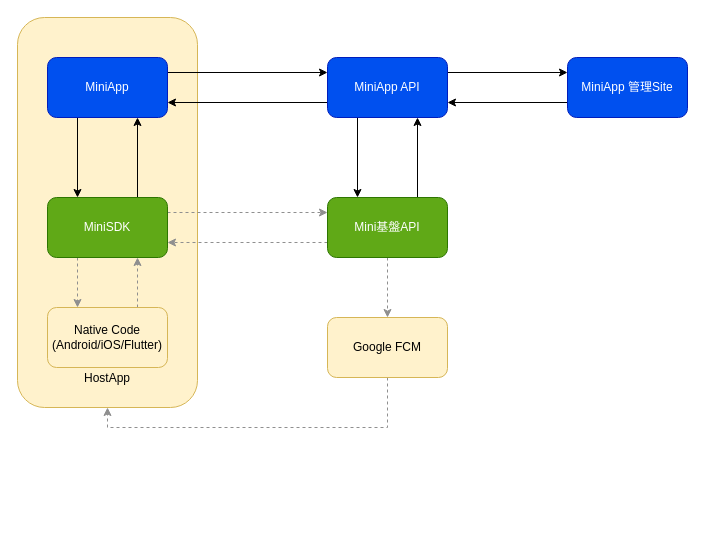
The draw.io diagram MiniApp介绍.drawio in maosong-ar-vr/documents, before the edit. Source tidied: cells renumbered, new cells numbered last; positions are measured from the earlier drawing's top-left corner, leaving out a move shared by most shapes. Both pictures are drawn from the tidied source at 100%, with x=0, y=0 at pixel (17, 17).
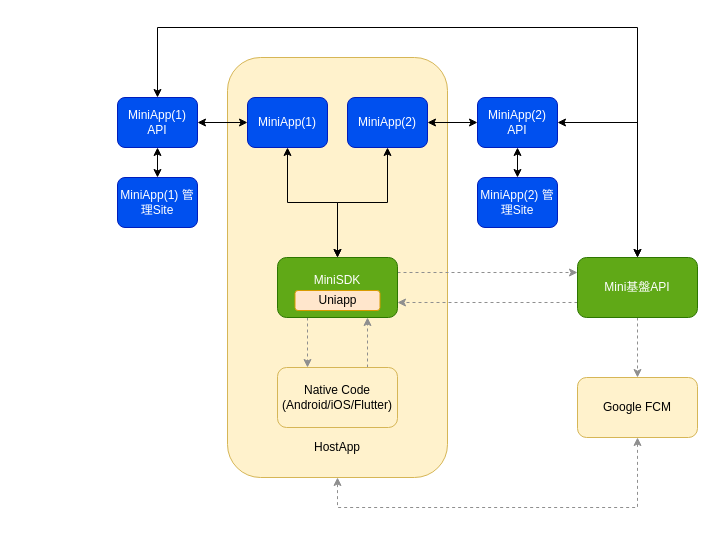
The same page after the edit.

The edit, as a diff of the source:
```diff
@@
-    <mxCell id="2" value="&lt;br&gt;&lt;br&gt;&lt;br&gt;&lt;br&gt;&lt;br&gt;&lt;br&gt;&lt;br&gt;&lt;br&gt;&lt;br&gt;&lt;br&gt;&lt;br&gt;&lt;br&gt;&lt;br&gt;&lt;br&gt;&lt;br&gt;&lt;br&gt;&lt;br&gt;&lt;br&gt;&lt;br&gt;&lt;br&gt;&lt;br&gt;&lt;br&gt;&lt;br&gt;HostApp" style="rounded=1;whiteSpace=wrap;html=1;fillColor=#fff2cc;strokeColor=#d6b656;" parent="1" vertex="1">
-      <mxGeometry width="180" height="390" as="geometry" />
+    <mxCell id="2" value="&lt;br&gt;&lt;br&gt;&lt;br&gt;&lt;br&gt;&lt;br&gt;&lt;br&gt;&lt;br&gt;&lt;br&gt;&lt;br&gt;&lt;br&gt;&lt;br&gt;&lt;br&gt;&lt;br&gt;&lt;br&gt;&lt;br&gt;&lt;br&gt;&lt;br&gt;&lt;br&gt;&lt;br&gt;&lt;br&gt;&lt;br&gt;&lt;br&gt;&lt;br&gt;&lt;br&gt;&lt;br&gt;HostApp" style="rounded=1;whiteSpace=wrap;html=1;fillColor=#fff2cc;strokeColor=#d6b656;" parent="1" vertex="1">
+      <mxGeometry x="210" y="40" width="220" height="420" as="geometry" />
     </mxCell>
-    <mxCell id="3" style="edgeStyle=orthogonalEdgeStyle;rounded=0;jettySize=auto;html=1;exitX=0.25;exitY=1;exitDx=0;exitDy=0;entryX=0.25;entryY=0;entryDx=0;entryDy=0;" parent="1" edge="1" source="5" target="9">
+    <mxCell id="3" style="edgeStyle=orthogonalEdgeStyle;rounded=0;jettySize=auto;html=1;startArrow=classic;startFill=1;strokeColor=#000000;" parent="1" edge="1" source="5" target="9">
       <mxGeometry relative="1" as="geometry" />
     </mxCell>
-    <mxCell id="4" style="edgeStyle=orthogonalEdgeStyle;rounded=0;jettySize=auto;html=1;exitX=1;exitY=0.25;exitDx=0;exitDy=0;entryX=0;entryY=0.25;entryDx=0;entryDy=0;strokeColor=default;" parent="1" edge="1" source="5" target="19">
-      <mxGeometry relative="1" as="geometry" />
-    </mxCell>
+    <mxCell id="24" style="edgeStyle=orthogonalEdgeStyle;rounded=0;jettySize=auto;html=1;fontSize=12;startArrow=classic;startFill=1;strokeColor=#000000;" parent="1" edge="1" source="5" target="27">
+      <mxGeometry relative="1" as="geometry" />
+    </mxCell>
-    <mxCell id="5" value="MiniApp" style="rounded=1;whiteSpace=wrap;html=1;fillColor=#0050ef;strokeColor=#001DBC;fontColor=#ffffff;" parent="1" vertex="1">
-      <mxGeometry x="30" y="40" width="120" height="60" as="geometry" />
+    <mxCell id="5" value="MiniApp(1)" style="rounded=1;whiteSpace=wrap;html=1;fillColor=#0050ef;strokeColor=#001DBC;fontColor=#ffffff;fontSize=12;" parent="1" vertex="1">
+      <mxGeometry x="230" y="80" width="80" height="50" as="geometry" />
     </mxCell>
@@
-    <mxCell id="7" style="edgeStyle=orthogonalEdgeStyle;rounded=0;jettySize=auto;html=1;exitX=0.75;exitY=0;exitDx=0;exitDy=0;entryX=0.75;entryY=1;entryDx=0;entryDy=0;" parent="1" edge="1" source="9" target="5">
-      <mxGeometry relative="1" as="geometry" />
-    </mxCell>
@@
-    <mxCell id="9" value="MiniSDK" style="rounded=1;whiteSpace=wrap;html=1;fillColor=#60a917;strokeColor=#2D7600;fontColor=#ffffff;" parent="1" vertex="1">
-      <mxGeometry x="30" y="180" width="120" height="60" as="geometry" />
+    <mxCell id="9" value="MiniSDK&lt;br&gt;&lt;br&gt;" style="rounded=1;whiteSpace=wrap;html=1;fillColor=#60a917;strokeColor=#2D7600;fontColor=#ffffff;" parent="1" vertex="1">
+      <mxGeometry x="260" y="240" width="120" height="60" as="geometry" />
     </mxCell>
@@
     <mxCell id="11" value="Native Code (Android/iOS/Flutter)" style="rounded=1;whiteSpace=wrap;html=1;fillColor=#fff2cc;strokeColor=#d6b656;" parent="1" vertex="1">
-      <mxGeometry x="30" y="290" width="120" height="60" as="geometry" />
+      <mxGeometry x="260" y="350" width="120" height="60" as="geometry" />
     </mxCell>
@@
-    <mxCell id="13" style="edgeStyle=orthogonalEdgeStyle;rounded=0;jettySize=auto;html=1;exitX=0.75;exitY=0;exitDx=0;exitDy=0;entryX=0.75;entryY=1;entryDx=0;entryDy=0;strokeColor=default;" parent="1" edge="1" source="15" target="19">
-      <mxGeometry relative="1" as="geometry" />
-    </mxCell>
@@
     <mxCell id="15" value="Mini基盤API" style="rounded=1;whiteSpace=wrap;html=1;fillColor=#60a917;strokeColor=#2D7600;fontColor=#ffffff;" parent="1" vertex="1">
-      <mxGeometry x="310" y="180" width="120" height="60" as="geometry" />
+      <mxGeometry x="560" y="240" width="120" height="60" as="geometry" />
     </mxCell>
-    <mxCell id="16" style="edgeStyle=orthogonalEdgeStyle;rounded=0;jettySize=auto;html=1;exitX=0;exitY=0.75;exitDx=0;exitDy=0;entryX=1;entryY=0.75;entryDx=0;entryDy=0;strokeColor=default;" parent="1" edge="1" source="19" target="5">
-      <mxGeometry relative="1" as="geometry" />
-    </mxCell>
-    <mxCell id="17" style="edgeStyle=orthogonalEdgeStyle;rounded=0;jettySize=auto;html=1;exitX=0.25;exitY=1;exitDx=0;exitDy=0;entryX=0.25;entryY=0;entryDx=0;entryDy=0;strokeColor=default;" parent="1" edge="1" source="19" target="15">
-      <mxGeometry relative="1" as="geometry" />
-    </mxCell>
-    <mxCell id="18" style="edgeStyle=orthogonalEdgeStyle;rounded=0;jettySize=auto;html=1;exitX=1;exitY=0.25;exitDx=0;exitDy=0;entryX=0;entryY=0.25;entryDx=0;entryDy=0;strokeColor=default;" parent="1" edge="1" source="19" target="21">
-      <mxGeometry relative="1" as="geometry" />
-    </mxCell>
-    <mxCell id="19" value="MiniApp API" style="rounded=1;whiteSpace=wrap;html=1;fillColor=#0050ef;strokeColor=#001DBC;fontColor=#ffffff;" parent="1" vertex="1">
-      <mxGeometry x="310" y="40" width="120" height="60" as="geometry" />
-    </mxCell>
-    <mxCell id="20" style="edgeStyle=orthogonalEdgeStyle;rounded=0;jettySize=auto;html=1;exitX=0;exitY=0.75;exitDx=0;exitDy=0;entryX=1;entryY=0.75;entryDx=0;entryDy=0;strokeColor=default;" parent="1" edge="1" source="21" target="19">
-      <mxGeometry relative="1" as="geometry" />
-    </mxCell>
-    <mxCell id="21" value="MiniApp 管理Site" style="rounded=1;whiteSpace=wrap;html=1;fillColor=#0050ef;strokeColor=#001DBC;fontColor=#ffffff;" parent="1" vertex="1">
-      <mxGeometry x="550" y="40" width="120" height="60" as="geometry" />
-    </mxCell>
-    <mxCell id="22" style="edgeStyle=orthogonalEdgeStyle;rounded=0;jettySize=auto;html=1;exitX=0.5;exitY=1;exitDx=0;exitDy=0;entryX=0.5;entryY=1;entryDx=0;entryDy=0;strokeColor=#8F8F8F;dashed=1;" parent="1" edge="1" source="23" target="2">
+    <mxCell id="22" style="edgeStyle=orthogonalEdgeStyle;rounded=0;jettySize=auto;html=1;exitX=0.5;exitY=1;exitDx=0;exitDy=0;entryX=0.5;entryY=1;entryDx=0;entryDy=0;fontSize=11;startArrow=classic;startFill=1;strokeColor=#8F8F8F;dashed=1;" parent="1" edge="1" source="23" target="2">
       <mxGeometry relative="1" as="geometry">
         <Array as="points">
-          <mxPoint x="370" y="410" />
-          <mxPoint x="90" y="410" />
+          <mxPoint x="620" y="490" />
+          <mxPoint x="320" y="490" />
         </Array>
       </mxGeometry>
     </mxCell>
     <mxCell id="23" value="Google FCM" style="rounded=1;whiteSpace=wrap;html=1;fillColor=#fff2cc;strokeColor=#d6b656;" parent="1" vertex="1">
-      <mxGeometry x="310" y="300" width="120" height="60" as="geometry" />
+      <mxGeometry x="560" y="360" width="120" height="60" as="geometry" />
     </mxCell>
+    <mxCell id="25" style="edgeStyle=orthogonalEdgeStyle;rounded=0;jettySize=auto;html=1;exitX=0.5;exitY=0;exitDx=0;exitDy=0;fontSize=12;startArrow=classic;startFill=1;strokeColor=#000000;" parent="1" edge="1" source="27">
+      <mxGeometry relative="1" as="geometry">
+        <mxPoint x="620" y="240" as="targetPoint" />
+        <Array as="points">
+          <mxPoint x="140" y="10" />
+          <mxPoint x="620" y="10" />
+        </Array>
+      </mxGeometry>
+    </mxCell>
+    <mxCell id="26" style="edgeStyle=orthogonalEdgeStyle;rounded=0;jettySize=auto;html=1;fontSize=12;startArrow=classic;startFill=1;strokeColor=#000000;" parent="1" edge="1" source="27" target="28">
+      <mxGeometry relative="1" as="geometry" />
+    </mxCell>
+    <mxCell id="27" value="MiniApp(1) API" style="rounded=1;whiteSpace=wrap;html=1;fillColor=#0050ef;strokeColor=#001DBC;fontColor=#ffffff;fontSize=12;" parent="1" vertex="1">
+      <mxGeometry x="100" y="80" width="80" height="50" as="geometry" />
+    </mxCell>
+    <mxCell id="28" value="MiniApp(1) 管理Site" style="rounded=1;whiteSpace=wrap;html=1;fillColor=#0050ef;strokeColor=#001DBC;fontColor=#ffffff;fontSize=12;" parent="1" vertex="1">
+      <mxGeometry x="100" y="160" width="80" height="50" as="geometry" />
+    </mxCell>
+    <mxCell id="29" style="edgeStyle=orthogonalEdgeStyle;rounded=0;jettySize=auto;html=1;fontSize=12;startArrow=classic;startFill=1;strokeColor=#000000;" parent="1" edge="1" source="30" target="9">
+      <mxGeometry relative="1" as="geometry" />
+    </mxCell>
+    <mxCell id="30" value="MiniApp(2)" style="rounded=1;whiteSpace=wrap;html=1;fillColor=#0050ef;strokeColor=#001DBC;fontColor=#ffffff;fontSize=12;" parent="1" vertex="1">
+      <mxGeometry x="330" y="80" width="80" height="50" as="geometry" />
+    </mxCell>
+    <mxCell id="31" style="edgeStyle=orthogonalEdgeStyle;rounded=0;jettySize=auto;html=1;fontSize=12;startArrow=classic;startFill=1;strokeColor=#000000;" parent="1" edge="1" source="34" target="30">
+      <mxGeometry relative="1" as="geometry" />
+    </mxCell>
+    <mxCell id="32" style="edgeStyle=orthogonalEdgeStyle;rounded=0;jettySize=auto;html=1;exitX=1;exitY=0.5;exitDx=0;exitDy=0;fontSize=12;startArrow=classic;startFill=1;strokeColor=#000000;" parent="1" edge="1" source="34" target="15">
+      <mxGeometry relative="1" as="geometry" />
+    </mxCell>
+    <mxCell id="33" style="edgeStyle=orthogonalEdgeStyle;rounded=0;jettySize=auto;html=1;fontSize=12;startArrow=classic;startFill=1;strokeColor=#000000;" parent="1" edge="1" source="34" target="35">
+      <mxGeometry relative="1" as="geometry" />
+    </mxCell>
+    <mxCell id="34" value="MiniApp(2) API" style="rounded=1;whiteSpace=wrap;html=1;fillColor=#0050ef;strokeColor=#001DBC;fontColor=#ffffff;fontSize=12;" parent="1" vertex="1">
+      <mxGeometry x="460" y="80" width="80" height="50" as="geometry" />
+    </mxCell>
+    <mxCell id="35" value="MiniApp(2) 管理Site" style="rounded=1;whiteSpace=wrap;html=1;fillColor=#0050ef;strokeColor=#001DBC;fontColor=#ffffff;fontSize=12;" parent="1" vertex="1">
+      <mxGeometry x="460" y="160" width="80" height="50" as="geometry" />
+    </mxCell>
+    <mxCell id="36" value="Uniapp" style="rounded=1;whiteSpace=wrap;html=1;fontSize=12;fillColor=#ffe6cc;strokeColor=#d79b00;" parent="1" vertex="1">
+      <mxGeometry x="277.5" y="273" width="85" height="20" as="geometry" />
+    </mxCell>
```
